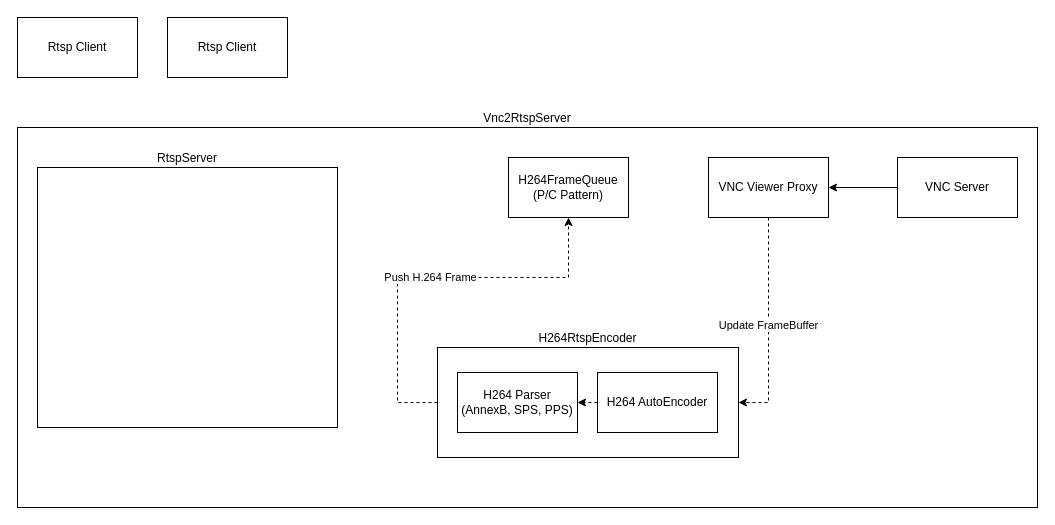
Above: UML/mirero/SwRcs/vnc_rtsp.drawio in rhkdguskim/Study (draw.io), before the change. Source tidied: cells renumbered, new cells numbered last; positions are measured from the earlier drawing's top-left corner, leaving out a move shared by most shapes. Both pictures are drawn from the tidied source at 100%, with x=0, y=0 at pixel (17, 17).
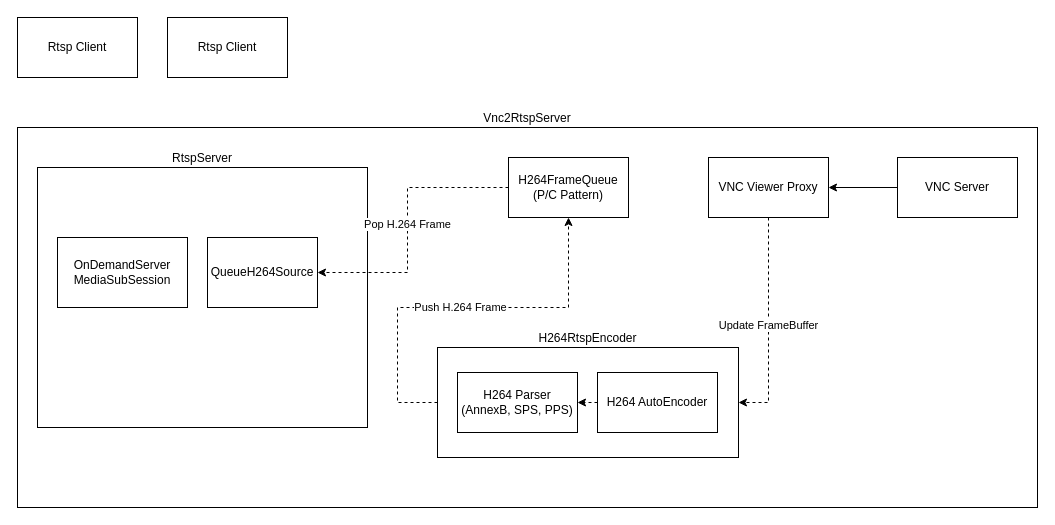
The same page after the edit.

The change refers to these unchanged cells:
```xml
<mxCell id="4" value="H264FrameQueue&lt;br&gt;(P/C Pattern)" style="rounded=0;whiteSpace=wrap;html=1;" parent="1" vertex="1">
  <mxGeometry x="491" y="140" width="120" height="60" as="geometry" />
</mxCell>
<mxCell id="10" value="H264RtspEncoder" style="rounded=0;whiteSpace=wrap;html=1;align=center;labelPosition=center;verticalLabelPosition=top;verticalAlign=bottom;" parent="1" vertex="1">
  <mxGeometry x="420" y="330" width="301" height="110" as="geometry" />
</mxCell>
```

What changed in the source:
```diff
@@
     <mxCell id="3" value="RtspServer" style="rounded=0;whiteSpace=wrap;html=1;labelPosition=center;verticalLabelPosition=top;align=center;verticalAlign=bottom;" parent="1" vertex="1">
-      <mxGeometry x="20" y="150" width="300" height="260" as="geometry" />
+      <mxGeometry x="20" y="150" width="330" height="260" as="geometry" />
     </mxCell>
+    <mxCell id="16" value="Pop&lt;span style=&quot;background-color: light-dark(#ffffff, var(--ge-dark-color, #121212)); color: light-dark(rgb(0, 0, 0), rgb(255, 255, 255));&quot;&gt;&amp;nbsp;H.264 Frame&lt;/span&gt;" style="edgeStyle=orthogonalEdgeStyle;rounded=0;jettySize=auto;html=1;entryX=1;entryY=0.5;entryDx=0;entryDy=0;dashed=1;" parent="1" edge="1" source="4" target="18">
+      <mxGeometry relative="1" as="geometry">
+        <Array as="points">
+          <mxPoint x="390" y="170" />
+          <mxPoint x="390" y="255" />
+        </Array>
+      </mxGeometry>
+    </mxCell>
@@
     <mxCell id="9" value="Push H.264 Frame" style="edgeStyle=orthogonalEdgeStyle;rounded=0;jettySize=auto;html=1;entryX=0.5;entryY=1;entryDx=0;entryDy=0;dashed=1;" parent="1" edge="1" source="10" target="4">
       <mxGeometry relative="1" as="geometry">
         <Array as="points">
           <mxPoint x="380" y="385" />
-          <mxPoint x="380" y="260" />
-          <mxPoint x="551" y="260" />
+          <mxPoint x="380" y="290" />
+          <mxPoint x="551" y="290" />
         </Array>
       </mxGeometry>
     </mxCell>
@@
+    <mxCell id="17" value="OnDemandServer&lt;br&gt;MediaSubSession" style="rounded=0;whiteSpace=wrap;html=1;" parent="1" vertex="1">
+      <mxGeometry x="40" y="220" width="130" height="70" as="geometry" />
+    </mxCell>
+    <mxCell id="18" value="QueueH264Source" style="rounded=0;whiteSpace=wrap;html=1;" parent="1" vertex="1">
+      <mxGeometry x="190" y="220" width="110" height="70" as="geometry" />
+    </mxCell>
```
